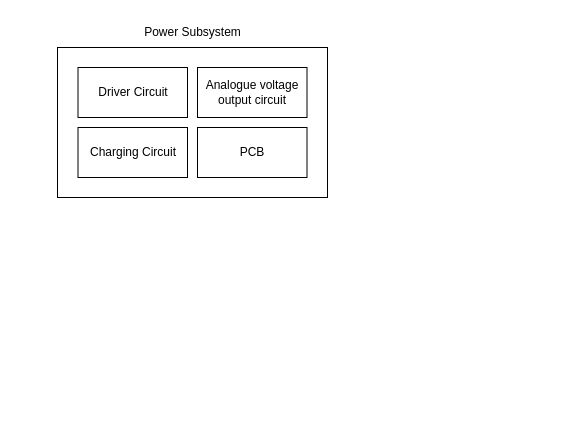
Earlier version of the draw.io diagram documents/power/power-module-section-diagram.drawio (Luke-VDW/micromouse). Source tidied: cells renumbered, new cells numbered last; positions are measured from the earlier drawing's top-left corner, leaving out a move shared by most shapes. Both pictures are drawn from the tidied source at 100%, with x=0, y=0 at pixel (57, 17).
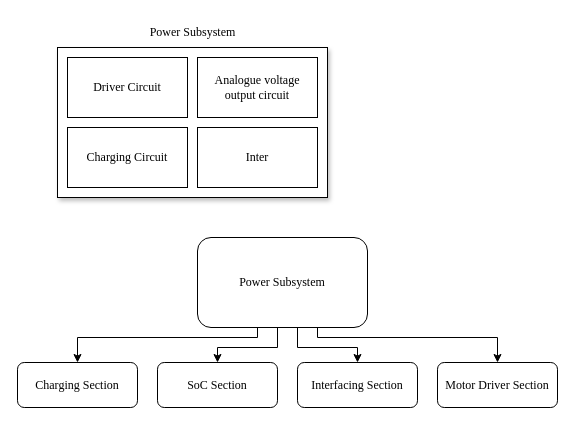
The same page after the edit.

What changed in the source:
```diff
@@
-    <mxCell id="2" style="rounded=0;whiteSpace=wrap;html=1;" parent="1" vertex="1">
+    <mxCell id="2" style="rounded=0;whiteSpace=wrap;html=1;shadow=1;fillStyle=auto;fillColor=default;gradientColor=none;" parent="1" vertex="1">
       <mxGeometry y="30" width="270" height="150" as="geometry" />
     </mxCell>
-    <mxCell id="3" value="PCB" style="rounded=0;whiteSpace=wrap;html=1;" parent="1" vertex="1">
-      <mxGeometry x="140" y="110" width="109.5" height="50" as="geometry" />
+    <mxCell id="3" value="&lt;font face=&quot;Times New Roman&quot;&gt;Inter&lt;/font&gt;" style="rounded=0;whiteSpace=wrap;html=1;" parent="1" vertex="1">
+      <mxGeometry x="140" y="110" width="120" height="60" as="geometry" />
     </mxCell>
-    <mxCell id="4" value="Charging Circuit" style="rounded=0;whiteSpace=wrap;html=1;" parent="1" vertex="1">
-      <mxGeometry x="20.5" y="110" width="109.5" height="50" as="geometry" />
+    <mxCell id="4" value="&lt;font face=&quot;Times New Roman&quot;&gt;Charging Circuit&lt;/font&gt;" style="rounded=0;whiteSpace=wrap;html=1;" parent="1" vertex="1">
+      <mxGeometry x="10" y="110" width="120" height="60" as="geometry" />
     </mxCell>
-    <mxCell id="5" value="Driver Circuit" style="rounded=0;whiteSpace=wrap;html=1;" parent="1" vertex="1">
-      <mxGeometry x="20.5" y="50" width="109.5" height="50" as="geometry" />
+    <mxCell id="5" value="&lt;font face=&quot;Times New Roman&quot;&gt;Driver Circuit&lt;/font&gt;" style="rounded=0;whiteSpace=wrap;html=1;" parent="1" vertex="1">
+      <mxGeometry x="10" y="40" width="120" height="60" as="geometry" />
     </mxCell>
-    <mxCell id="6" value="Analogue voltage output circuit" style="rounded=0;whiteSpace=wrap;html=1;" parent="1" vertex="1">
-      <mxGeometry x="140" y="50" width="109.5" height="50" as="geometry" />
+    <mxCell id="6" value="&lt;font face=&quot;Times New Roman&quot;&gt;Analogue voltage output circuit&lt;/font&gt;" style="rounded=0;whiteSpace=wrap;html=1;" parent="1" vertex="1">
+      <mxGeometry x="140" y="40" width="120" height="60" as="geometry" />
     </mxCell>
-    <mxCell id="7" value="Power Subsystem" style="text;html=1;align=center;verticalAlign=middle;whiteSpace=wrap;rounded=0;" parent="1" vertex="1">
+    <mxCell id="7" value="&lt;font face=&quot;Times New Roman&quot;&gt;Power Subsystem&lt;/font&gt;" style="text;html=1;align=center;verticalAlign=middle;whiteSpace=wrap;rounded=0;" parent="1" vertex="1">
       <mxGeometry x="72.5" width="125" height="30" as="geometry" />
     </mxCell>
+    <mxCell id="8" style="edgeStyle=orthogonalEdgeStyle;rounded=0;jettySize=auto;html=1;" parent="1" edge="1" source="12" target="13">
+      <mxGeometry relative="1" as="geometry">
+        <Array as="points">
+          <mxPoint x="200" y="320" />
+          <mxPoint x="20" y="320" />
+        </Array>
+      </mxGeometry>
+    </mxCell>
+    <mxCell id="9" style="edgeStyle=orthogonalEdgeStyle;rounded=0;jettySize=auto;html=1;" parent="1" edge="1" source="12" target="14">
+      <mxGeometry relative="1" as="geometry">
+        <Array as="points">
+          <mxPoint x="260" y="320" />
+          <mxPoint x="440" y="320" />
+        </Array>
+      </mxGeometry>
+    </mxCell>
+    <mxCell id="10" style="edgeStyle=orthogonalEdgeStyle;rounded=0;jettySize=auto;html=1;" parent="1" edge="1" source="12" target="15">
+      <mxGeometry relative="1" as="geometry">
+        <Array as="points">
+          <mxPoint x="220" y="330" />
+          <mxPoint x="160" y="330" />
+        </Array>
+      </mxGeometry>
+    </mxCell>
+    <mxCell id="11" style="edgeStyle=orthogonalEdgeStyle;rounded=0;jettySize=auto;html=1;" parent="1" edge="1" source="12" target="16">
+      <mxGeometry relative="1" as="geometry">
+        <Array as="points">
+          <mxPoint x="240" y="330" />
+          <mxPoint x="300" y="330" />
+        </Array>
+      </mxGeometry>
+    </mxCell>
+    <mxCell id="12" value="&lt;font face=&quot;Times New Roman&quot;&gt;Power Subsystem&lt;/font&gt;" style="rounded=1;whiteSpace=wrap;html=1;" parent="1" vertex="1">
+      <mxGeometry x="140" y="220" width="170" height="90" as="geometry" />
+    </mxCell>
+    <mxCell id="13" value="&lt;font face=&quot;Times New Roman&quot;&gt;Charging Section&lt;/font&gt;" style="rounded=1;whiteSpace=wrap;html=1;" parent="1" vertex="1">
+      <mxGeometry x="-40" y="345" width="120" height="45" as="geometry" />
+    </mxCell>
+    <mxCell id="14" value="&lt;font face=&quot;Times New Roman&quot;&gt;Motor Driver Section&lt;/font&gt;" style="rounded=1;whiteSpace=wrap;html=1;" parent="1" vertex="1">
+      <mxGeometry x="380" y="345" width="120" height="45" as="geometry" />
+    </mxCell>
+    <mxCell id="15" value="&lt;font face=&quot;Times New Roman&quot;&gt;SoC Section&lt;/font&gt;" style="rounded=1;whiteSpace=wrap;html=1;" parent="1" vertex="1">
+      <mxGeometry x="100" y="345" width="120" height="45" as="geometry" />
+    </mxCell>
+    <mxCell id="16" value="&lt;font face=&quot;Times New Roman&quot;&gt;Interfacing Section&lt;/font&gt;" style="rounded=1;whiteSpace=wrap;html=1;" parent="1" vertex="1">
+      <mxGeometry x="240" y="345" width="120" height="45" as="geometry" />
+    </mxCell>
```
